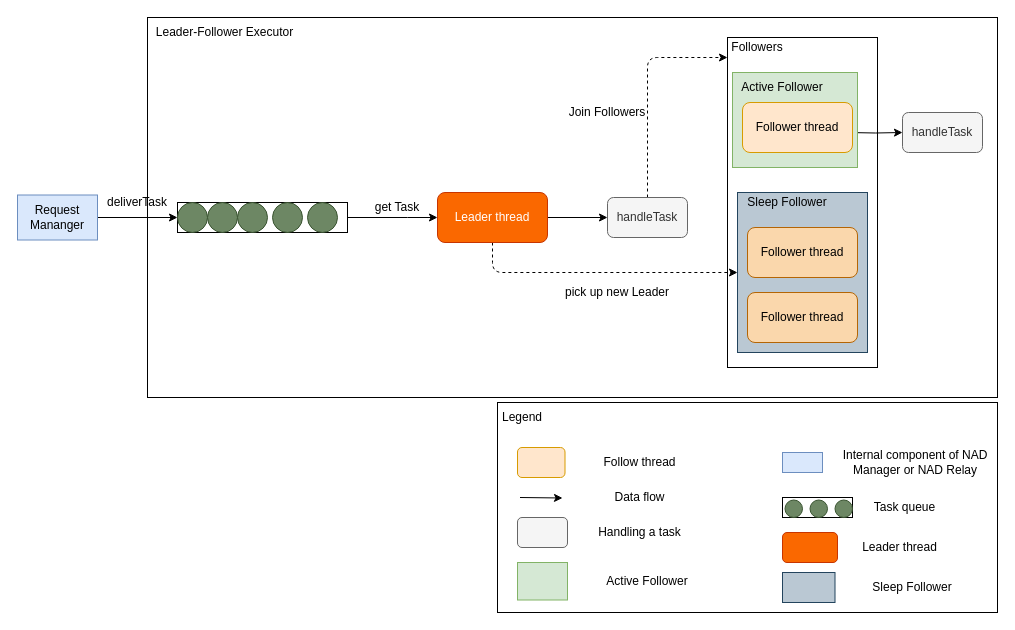
Above: page "leader" (2 of 14) of doc/SA cert/Design/performance_executor.drawio in taikt/codefun (draw.io), before the change. Source tidied: cells renumbered, new cells numbered last; positions are measured from the earlier drawing's top-left corner, leaving out a move shared by most shapes. Both pictures are drawn from the tidied source at 100%, with x=0, y=0 at pixel (17, 17).
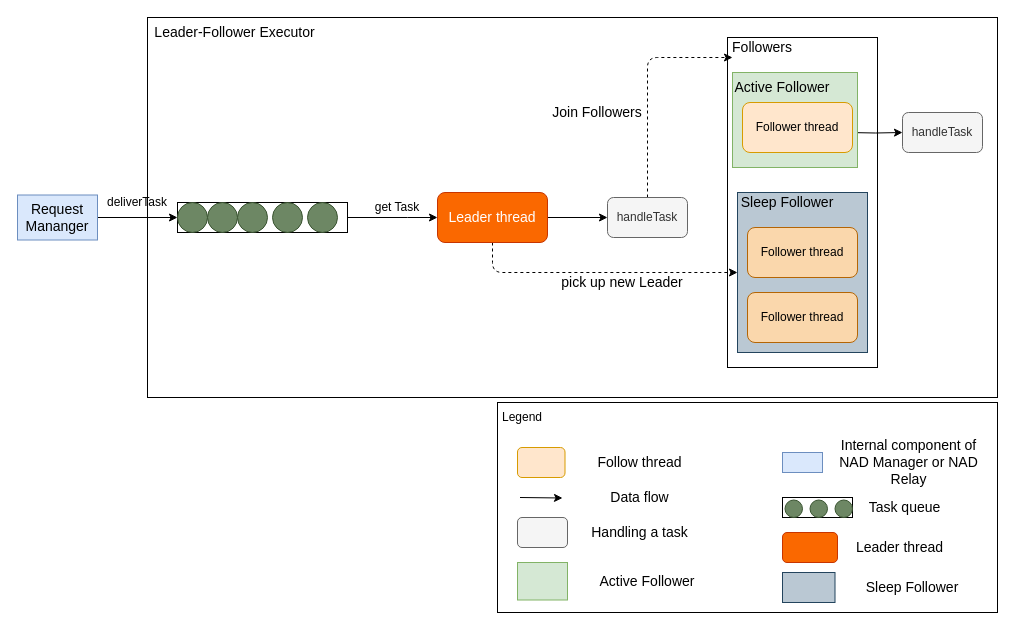
The same diagram, later.

What changed in the source:
```diff
@@
-    <mxCell id="13" value="Leader thread" style="rounded=1;whiteSpace=wrap;html=1;fillColor=#fa6800;strokeColor=#C73500;fontColor=#ffffff;" parent="1" vertex="1">
+    <mxCell id="13" value="&lt;font style=&quot;font-size: 14px&quot;&gt;Leader thread&lt;/font&gt;" style="rounded=1;whiteSpace=wrap;html=1;fillColor=#fa6800;strokeColor=#C73500;fontColor=#ffffff;" parent="1" vertex="1">
       <mxGeometry x="420" y="175" width="110" height="50" as="geometry" />
     </mxCell>
@@
-    <mxCell id="19" value="Followers" style="text;html=1;strokeColor=none;fillColor=none;align=center;verticalAlign=middle;whiteSpace=wrap;rounded=0;" parent="1" vertex="1">
-      <mxGeometry x="680" y="20" width="120" height="20" as="geometry" />
+    <mxCell id="19" value="&lt;font style=&quot;font-size: 14px&quot;&gt;Followers&lt;/font&gt;" style="text;html=1;strokeColor=none;fillColor=none;align=center;verticalAlign=middle;whiteSpace=wrap;rounded=0;" parent="1" vertex="1">
+      <mxGeometry x="685" y="20" width="120" height="20" as="geometry" />
     </mxCell>
-    <mxCell id="20" value="pick up new Leader" style="text;html=1;strokeColor=none;fillColor=none;align=center;verticalAlign=middle;whiteSpace=wrap;rounded=0;" parent="1" vertex="1">
-      <mxGeometry x="530" y="265" width="140" height="20" as="geometry" />
+    <mxCell id="20" value="&lt;font style=&quot;font-size: 14px&quot;&gt;pick up new Leader&lt;/font&gt;" style="text;html=1;strokeColor=none;fillColor=none;align=center;verticalAlign=middle;whiteSpace=wrap;rounded=0;" parent="1" vertex="1">
+      <mxGeometry x="535" y="255" width="140" height="20" as="geometry" />
     </mxCell>
@@
-    <mxCell id="24" value="Active Follower" style="text;html=1;strokeColor=none;fillColor=none;align=center;verticalAlign=middle;whiteSpace=wrap;rounded=0;" parent="1" vertex="1">
+    <mxCell id="24" value="&lt;font style=&quot;font-size: 14px&quot;&gt;Active Follower&lt;/font&gt;" style="text;html=1;strokeColor=none;fillColor=none;align=center;verticalAlign=middle;whiteSpace=wrap;rounded=0;" parent="1" vertex="1">
       <mxGeometry x="715" y="60" width="100" height="20" as="geometry" />
     </mxCell>
@@
-    <mxCell id="26" value="Sleep Follower" style="text;html=1;strokeColor=none;fillColor=none;align=center;verticalAlign=middle;whiteSpace=wrap;rounded=0;" parent="1" vertex="1">
+    <mxCell id="26" value="&lt;font style=&quot;font-size: 14px&quot;&gt;Sleep Follower&lt;/font&gt;" style="text;html=1;strokeColor=none;fillColor=none;align=center;verticalAlign=middle;whiteSpace=wrap;rounded=0;" parent="1" vertex="1">
       <mxGeometry x="720" y="175" width="100" height="20" as="geometry" />
     </mxCell>
-    <mxCell id="27" value="Leader-Follower Executor" style="text;html=1;strokeColor=none;fillColor=none;align=center;verticalAlign=middle;whiteSpace=wrap;rounded=0;" parent="1" vertex="1">
-      <mxGeometry x="135" y="5" width="145" height="20" as="geometry" />
+    <mxCell id="27" value="&lt;font style=&quot;font-size: 14px&quot;&gt;Leader-Follower Executor&lt;/font&gt;" style="text;html=1;strokeColor=none;fillColor=none;align=center;verticalAlign=middle;whiteSpace=wrap;rounded=0;" parent="1" vertex="1">
+      <mxGeometry x="135" y="5" width="165" height="20" as="geometry" />
     </mxCell>
-    <mxCell id="28" value="Join Followers" style="text;html=1;strokeColor=none;fillColor=none;align=center;verticalAlign=middle;whiteSpace=wrap;rounded=0;" parent="1" vertex="1">
-      <mxGeometry x="550" y="85" width="80" height="20" as="geometry" />
+    <mxCell id="28" value="&lt;font style=&quot;font-size: 14px&quot;&gt;Join Followers&lt;/font&gt;" style="text;html=1;strokeColor=none;fillColor=none;align=center;verticalAlign=middle;whiteSpace=wrap;rounded=0;" parent="1" vertex="1">
+      <mxGeometry x="530" y="85" width="100" height="20" as="geometry" />
     </mxCell>
@@
-    <mxCell id="38" value="Internal component of NAD Manager or NAD Relay" style="text;html=1;strokeColor=none;fillColor=none;align=center;verticalAlign=middle;whiteSpace=wrap;rounded=0;" parent="1" vertex="1">
-      <mxGeometry x="822.5" y="430" width="150" height="30" as="geometry" />
+    <mxCell id="38" value="&lt;font style=&quot;font-size: 14px&quot;&gt;Internal component of NAD Manager or NAD Relay&lt;/font&gt;" style="text;html=1;strokeColor=none;fillColor=none;align=center;verticalAlign=middle;whiteSpace=wrap;rounded=0;" parent="1" vertex="1">
+      <mxGeometry x="810" y="430" width="162.5" height="30" as="geometry" />
     </mxCell>
-    <mxCell id="39" value="Task queue" style="text;html=1;strokeColor=none;fillColor=none;align=center;verticalAlign=middle;whiteSpace=wrap;rounded=0;" parent="1" vertex="1">
+    <mxCell id="39" value="&lt;font style=&quot;font-size: 14px&quot;&gt;Task queue&lt;/font&gt;" style="text;html=1;strokeColor=none;fillColor=none;align=center;verticalAlign=middle;whiteSpace=wrap;rounded=0;" parent="1" vertex="1">
       <mxGeometry x="835" y="475" width="105" height="30" as="geometry" />
     </mxCell>
-    <mxCell id="40" value="Follow thread" style="text;html=1;strokeColor=none;fillColor=none;align=center;verticalAlign=middle;whiteSpace=wrap;rounded=0;" parent="1" vertex="1">
+    <mxCell id="40" value="&lt;font style=&quot;font-size: 14px&quot;&gt;Follow thread&lt;/font&gt;" style="text;html=1;strokeColor=none;fillColor=none;align=center;verticalAlign=middle;whiteSpace=wrap;rounded=0;" parent="1" vertex="1">
       <mxGeometry x="570" y="430" width="105" height="30" as="geometry" />
     </mxCell>
-    <mxCell id="41" value="Data flow" style="text;html=1;strokeColor=none;fillColor=none;align=center;verticalAlign=middle;whiteSpace=wrap;rounded=0;" parent="1" vertex="1">
+    <mxCell id="41" value="&lt;font style=&quot;font-size: 14px&quot;&gt;Data flow&lt;/font&gt;" style="text;html=1;strokeColor=none;fillColor=none;align=center;verticalAlign=middle;whiteSpace=wrap;rounded=0;" parent="1" vertex="1">
       <mxGeometry x="570" y="465" width="105" height="30" as="geometry" />
     </mxCell>
@@
-    <mxCell id="43" value="Handling a task" style="text;html=1;strokeColor=none;fillColor=none;align=center;verticalAlign=middle;whiteSpace=wrap;rounded=0;" parent="1" vertex="1">
+    <mxCell id="43" value="&lt;font style=&quot;font-size: 14px&quot;&gt;Handling a task&lt;/font&gt;" style="text;html=1;strokeColor=none;fillColor=none;align=center;verticalAlign=middle;whiteSpace=wrap;rounded=0;" parent="1" vertex="1">
       <mxGeometry x="540" y="500" width="165" height="30" as="geometry" />
     </mxCell>
-    <mxCell id="44" value="Request Mananger" style="rounded=0;whiteSpace=wrap;html=1;fillColor=#dae8fc;strokeColor=#6c8ebf;" parent="1" vertex="1">
+    <mxCell id="44" value="&lt;font style=&quot;font-size: 14px&quot;&gt;Request Mananger&lt;/font&gt;" style="rounded=0;whiteSpace=wrap;html=1;fillColor=#dae8fc;strokeColor=#6c8ebf;" parent="1" vertex="1">
       <mxGeometry y="177.5" width="80" height="45" as="geometry" />
     </mxCell>
@@
-    <mxCell id="49" value="Active Follower" style="text;html=1;strokeColor=none;fillColor=none;align=center;verticalAlign=middle;whiteSpace=wrap;rounded=0;" parent="1" vertex="1">
+    <mxCell id="49" value="&lt;font style=&quot;font-size: 14px&quot;&gt;Active Follower&lt;/font&gt;" style="text;html=1;strokeColor=none;fillColor=none;align=center;verticalAlign=middle;whiteSpace=wrap;rounded=0;" parent="1" vertex="1">
       <mxGeometry x="555" y="548.8" width="150" height="30" as="geometry" />
     </mxCell>
@@
-    <mxCell id="51" value="Sleep Follower" style="text;html=1;strokeColor=none;fillColor=none;align=center;verticalAlign=middle;whiteSpace=wrap;rounded=0;" parent="1" vertex="1">
+    <mxCell id="51" value="&lt;font style=&quot;font-size: 14px&quot;&gt;Sleep Follower&lt;/font&gt;" style="text;html=1;strokeColor=none;fillColor=none;align=center;verticalAlign=middle;whiteSpace=wrap;rounded=0;" parent="1" vertex="1">
       <mxGeometry x="820" y="555" width="150" height="30" as="geometry" />
     </mxCell>
@@
-    <mxCell id="53" value="Leader thread" style="text;html=1;strokeColor=none;fillColor=none;align=center;verticalAlign=middle;whiteSpace=wrap;rounded=0;" parent="1" vertex="1">
+    <mxCell id="53" value="&lt;font style=&quot;font-size: 14px&quot;&gt;Leader thread&lt;/font&gt;" style="text;html=1;strokeColor=none;fillColor=none;align=center;verticalAlign=middle;whiteSpace=wrap;rounded=0;" parent="1" vertex="1">
       <mxGeometry x="830" y="515" width="105" height="30" as="geometry" />
     </mxCell>
```
